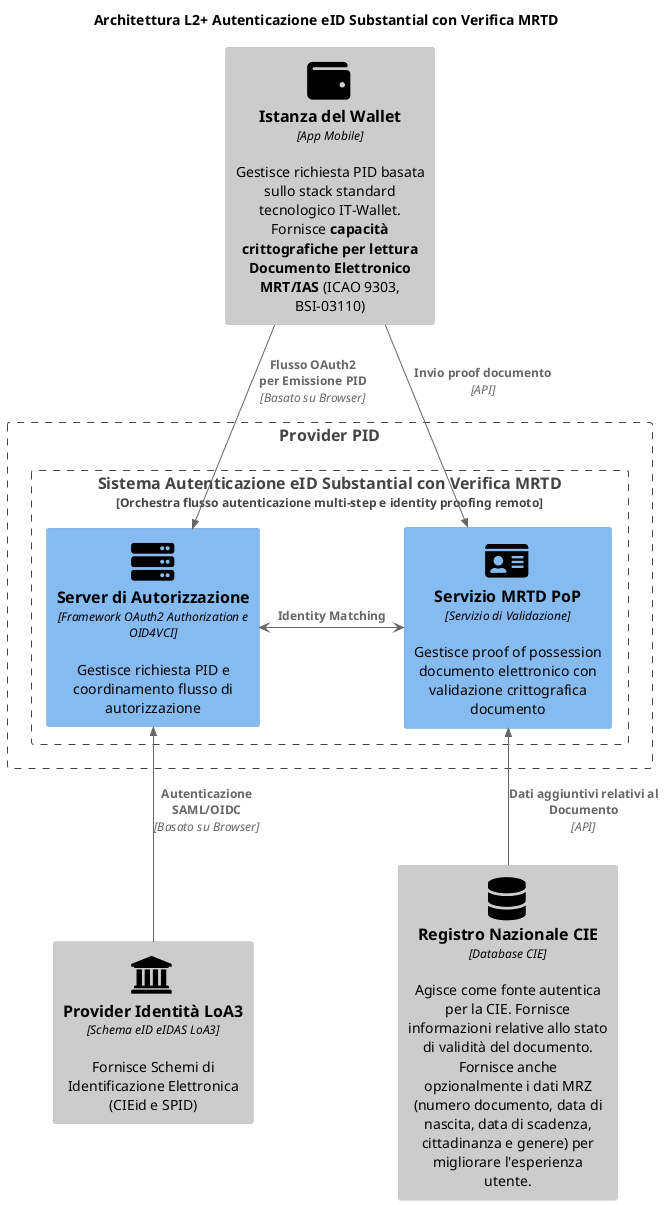
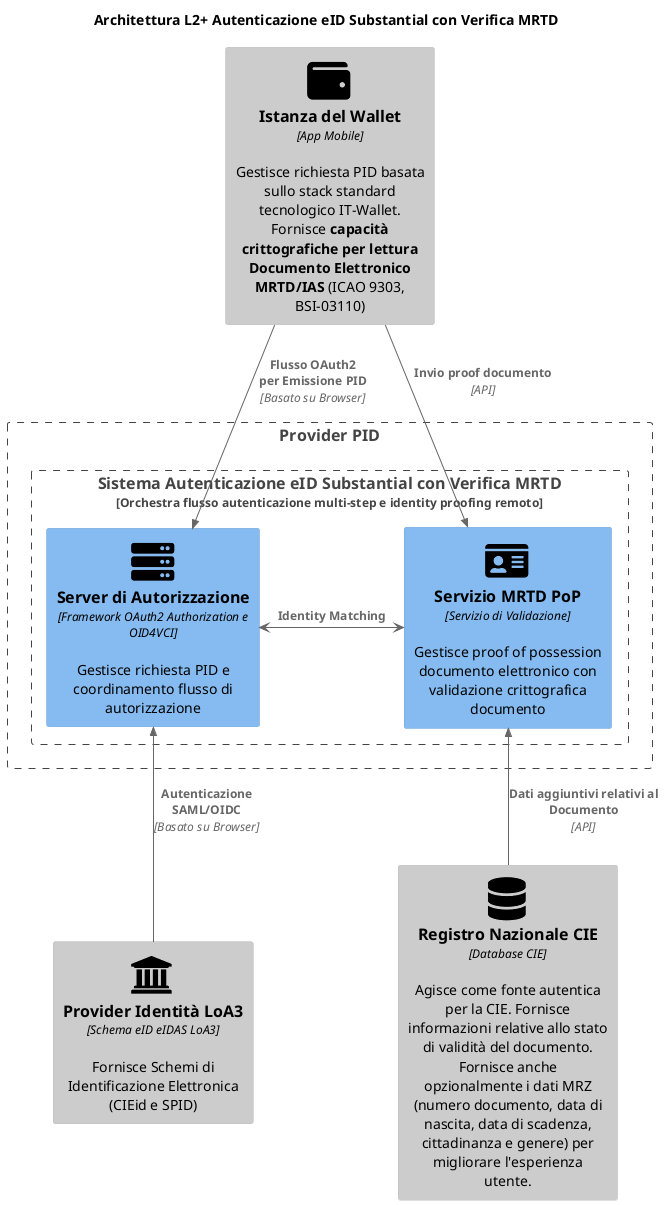
@startuml Architettura Autorizzazione Multi-Step L2+
'!theme cerulean-outline
!include <C4/C4_Component>
HIDE_STEREOTYPE()
'LAYOUT_WITH_LEGEND()

' Define SPRITES
!include <tupadr3/common>
!include <tupadr3/font-awesome-5/database>
!include <tupadr3/font-awesome-5/server>
!include <tupadr3/font-awesome-5/id_card>
!include <tupadr3/font-awesome-5/wallet>
!include <tupadr3/font-awesome/institution>

title Architettura L2+ Autenticazione eID Substantial con Verifica MRTD

- Component_Ext(wallet, "Istanza del Wallet", "App Mobile", "Gestisce richiesta PID basata sullo stack standard tecnologico IT-Wallet. Fornisce **capacità crittografiche per lettura Documento Elettronico MRT/IAS** (ICAO 9303, BSI-03110)",$sprite="wallet")
+ Component_Ext(wallet, "Istanza del Wallet", "App Mobile", "Gestisce richiesta PID basata sullo stack standard tecnologico IT-Wallet. Fornisce **capacità crittografiche per lettura Documento Elettronico MRTD/IAS** (ICAO 9303, BSI-03110)",$sprite="wallet")

Boundary(issuer, "Provider PID") {
    Boundary(multi_step_authz, "Sistema Autenticazione eID Substantial con Verifica MRTD", "Orchestra flusso autenticazione multi-step e identity proofing remoto") {
        Component(pid_authz_server, "Server di Autorizzazione", "Framework OAuth2 Authorization e OID4VCI", "Gestisce richiesta PID e coordinamento flusso di autorizzazione",$sprite="server")
        Component(doc_pop_service, "Servizio MRTD PoP", "Servizio di Validazione", "Gestisce proof of possession documento elettronico con validazione crittografica documento",$sprite="id_card")
    }
}

Component_Ext(loa3_idp, "Provider Identità LoA3", "Schema eID eIDAS LoA3", "Fornisce Schemi di Identificazione Elettronica (CIEid e SPID)",$sprite="institution")

Component_Ext(cie_registry, "Registro Nazionale CIE", "Database CIE", "Agisce come fonte autentica per la CIE. Fornisce informazioni relative allo stato di validità del documento. Fornisce anche opzionalmente i dati MRZ (numero documento, data di nascita, data di scadenza, cittadinanza e genere) per migliorare l'esperienza utente.",$sprite="database")

Rel(wallet, pid_authz_server, "Flusso OAuth2 \nper Emissione PID", "Basato su Browser")

Rel(wallet, doc_pop_service, "Invio proof documento", "API")

pid_authz_server <-> doc_pop_service : "**Identity Matching**"

Rel_Back(pid_authz_server, loa3_idp, "Autenticazione SAML/OIDC", "Basato su Browser")

Rel_Back(doc_pop_service, cie_registry, "Dati aggiuntivi relativi al Documento", "API")
@enduml